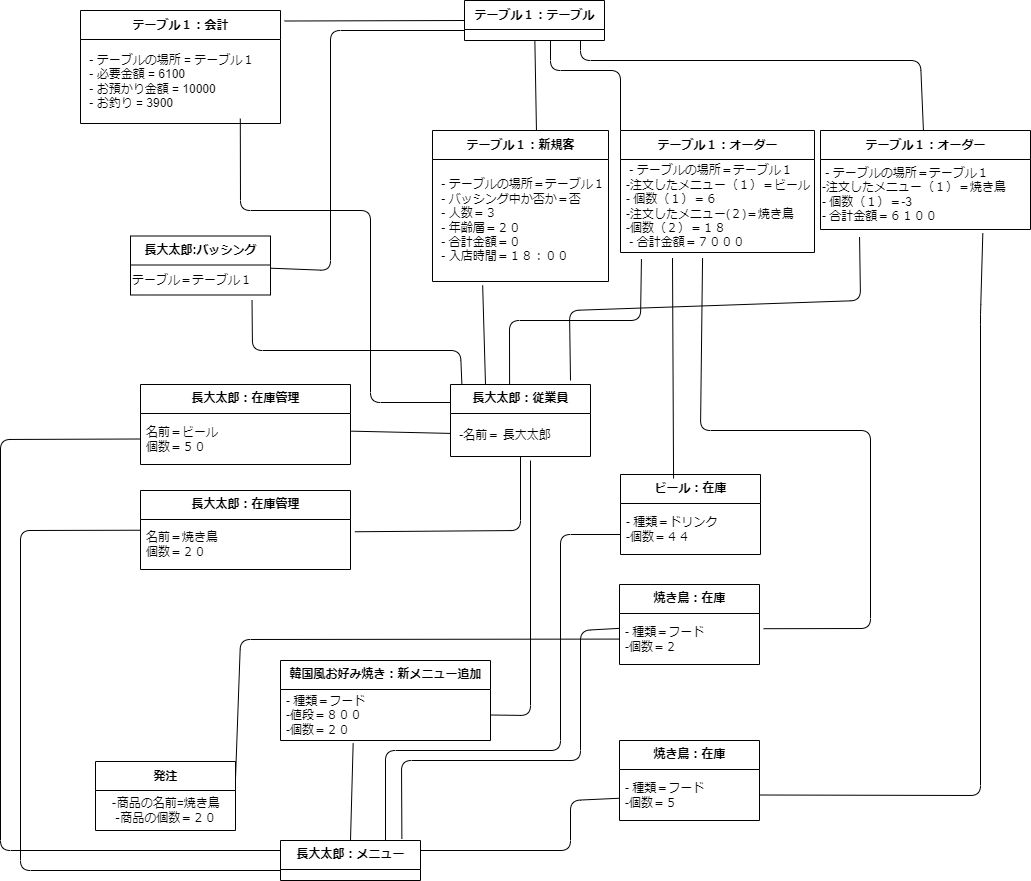
This is psp4/オブジェクト図/オブジェクト図ver3.drawio.png from MasakiHiguchi/---, a draw.io export, as it was before one commit. Source tidied: cells renumbered, new cells last; positions are measured from the earlier drawing's top-left corner, leaving out a move shared by most shapes.
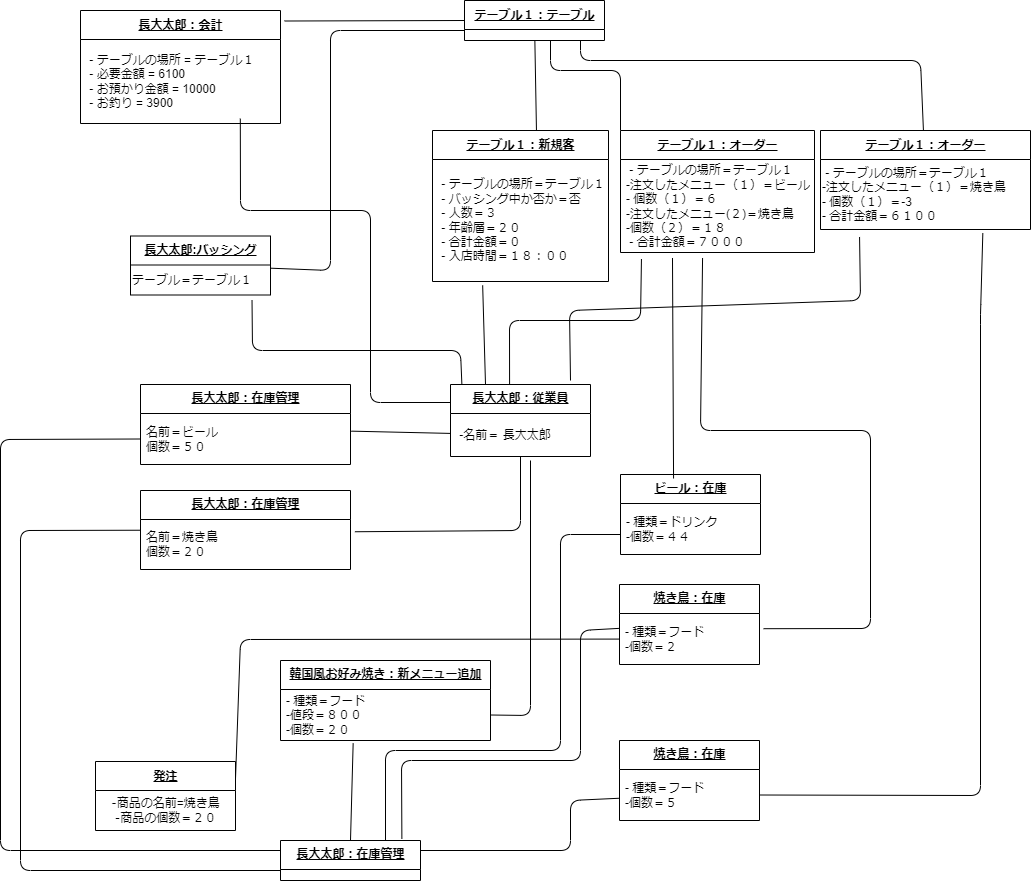
After the commit.

Commit message:
アンダーバーob

Diff of the diagram source:
```diff
@@ -5,7 +5,7 @@
     <mxCell id="2" style="edgeStyle=none;rounded=1;sketch=0;hachureGap=4;jiggle=2;curveFitting=1;html=1;fontFamily=Architects Daughter;fontSource=https%3A%2F%2Ffonts.googleapis.com%2Fcss%3Ffamily%3DArchitects%2BDaughter;fontSize=16;endArrow=none;endFill=0;exitX=0.591;exitY=0.023;exitDx=0;exitDy=0;exitPerimeter=0;" parent="1" edge="1" source="3" target="35">
       <mxGeometry relative="1" as="geometry" />
     </mxCell>
-    <mxCell id="3" value="テーブル１：新規客" style="swimlane;fontStyle=1;align=center;verticalAlign=middle;horizontal=1;startSize=29;html=1;" parent="1" vertex="1">
+    <mxCell id="3" value="&lt;u&gt;テーブル１：新規客&lt;/u&gt;" style="swimlane;fontStyle=1;align=center;verticalAlign=middle;horizontal=1;startSize=29;html=1;" parent="1" vertex="1">
       <mxGeometry x="432" y="130" width="176" height="151" as="geometry" />
     </mxCell>
     <mxCell id="4" value="&amp;nbsp;- テーブルの場所＝テーブル１&lt;br&gt;&amp;nbsp;- バッシング中か否か＝否&lt;br&gt;&amp;nbsp;- 人数＝３&lt;br&gt;&amp;nbsp;- 年齢層＝２０&lt;br&gt;&amp;nbsp;- 合計金額＝０&lt;br&gt;&amp;nbsp;- 入店時間＝１８：００" style="text;html=1;strokeColor=none;fillColor=none;align=left;verticalAlign=middle;spacingLeft=4;spacingRight=4;overflow=hidden;points=[[0,0.5],[1,0.5]];portConstraint=eastwest;" parent="3" vertex="1">
@@ -37,7 +37,7 @@
         </Array>
       </mxGeometry>
     </mxCell>
-    <mxCell id="8" value="テーブル１：オーダー" style="swimlane;fontStyle=1;align=center;verticalAlign=middle;horizontal=1;startSize=29;html=1;" parent="1" vertex="1">
+    <mxCell id="8" value="&lt;u&gt;テーブル１：オーダー&lt;/u&gt;" style="swimlane;fontStyle=1;align=center;verticalAlign=middle;horizontal=1;startSize=29;html=1;" parent="1" vertex="1">
       <mxGeometry x="620" y="130" width="194" height="122" as="geometry" />
     </mxCell>
     <mxCell id="9" value="&amp;nbsp;- テーブルの場所＝テーブル１&lt;br&gt;-注文したメニュー（１）＝ビール&amp;nbsp;&lt;br&gt;-&amp;nbsp;個数（１）＝６&lt;br&gt;-注文したメニュー(２)＝焼き鳥&lt;br&gt;-個数（２）＝１８&lt;br&gt;&amp;nbsp;- 合計金額＝７０００" style="text;html=1;strokeColor=none;fillColor=none;align=left;verticalAlign=middle;spacingLeft=4;spacingRight=4;overflow=hidden;points=[[0,0.5],[1,0.5]];portConstraint=eastwest;" parent="8" vertex="1">
@@ -71,7 +71,7 @@
         </Array>
       </mxGeometry>
     </mxCell>
-    <mxCell id="14" value="長大太郎：従業員" style="swimlane;fontStyle=1;align=center;verticalAlign=middle;horizontal=1;startSize=29;html=1;" parent="1" vertex="1">
+    <mxCell id="14" value="&lt;u&gt;長大太郎：従業員&lt;/u&gt;" style="swimlane;fontStyle=1;align=center;verticalAlign=middle;horizontal=1;startSize=29;html=1;" parent="1" vertex="1">
       <mxGeometry x="450" y="384" width="140" height="72" as="geometry" />
     </mxCell>
     <mxCell id="15" value="&amp;nbsp;-名前＝ 長大太郎" style="text;html=1;strokeColor=none;fillColor=none;align=left;verticalAlign=middle;spacingLeft=4;spacingRight=4;overflow=hidden;points=[[0,0.5],[1,0.5]];portConstraint=eastwest;" parent="14" vertex="1">
@@ -86,7 +86,7 @@
         </Array>
       </mxGeometry>
     </mxCell>
-    <mxCell id="17" value="ビール：在庫" style="swimlane;fontStyle=1;align=center;verticalAlign=middle;horizontal=1;startSize=29;html=1;" parent="1" vertex="1">
+    <mxCell id="17" value="&lt;u&gt;ビール：在庫&lt;/u&gt;" style="swimlane;fontStyle=1;align=center;verticalAlign=middle;horizontal=1;startSize=29;html=1;" parent="1" vertex="1">
       <mxGeometry x="620" y="474" width="140" height="80" as="geometry" />
     </mxCell>
     <mxCell id="18" value="- 種類＝ドリンク&lt;br&gt;-個数＝４４" style="text;html=1;strokeColor=none;fillColor=none;align=left;verticalAlign=middle;spacingLeft=4;spacingRight=4;overflow=hidden;" parent="17" vertex="1">
@@ -104,7 +104,7 @@
         </Array>
       </mxGeometry>
     </mxCell>
-    <mxCell id="21" value="テーブル１：オーダー" style="swimlane;fontStyle=1;align=center;verticalAlign=middle;horizontal=1;startSize=29;html=1;" parent="1" vertex="1">
+    <mxCell id="21" value="&lt;u&gt;テーブル１：オーダー&lt;/u&gt;" style="swimlane;fontStyle=1;align=center;verticalAlign=middle;horizontal=1;startSize=29;html=1;" parent="1" vertex="1">
       <mxGeometry x="820" y="130" width="210" height="99" as="geometry" />
     </mxCell>
     <mxCell id="22" value="&lt;span style=&quot;&quot;&gt;&amp;nbsp;- テーブルの場所＝テーブル１&lt;/span&gt;&lt;br style=&quot;border-color: var(--border-color);&quot;&gt;&lt;span style=&quot;&quot;&gt;-注文したメニュー（１）＝焼き鳥&amp;nbsp;&lt;/span&gt;&lt;br style=&quot;border-color: var(--border-color);&quot;&gt;&lt;span style=&quot;&quot;&gt;-&amp;nbsp;個数（１）＝-3&lt;/span&gt;&lt;br style=&quot;border-color: var(--border-color);&quot;&gt;&lt;span style=&quot;&quot;&gt;- 合計金額＝６１００&lt;/span&gt;" style="text;html=1;align=left;verticalAlign=middle;points=[];strokeColor=none;fillColor=none;" parent="21" vertex="1">
@@ -128,13 +128,13 @@
         </Array>
       </mxGeometry>
     </mxCell>
-    <mxCell id="25" value="焼き鳥：在庫" style="swimlane;fontStyle=1;align=center;verticalAlign=middle;horizontal=1;startSize=29;html=1;" parent="1" vertex="1">
+    <mxCell id="25" value="&lt;u&gt;焼き鳥：在庫&lt;/u&gt;" style="swimlane;fontStyle=1;align=center;verticalAlign=middle;horizontal=1;startSize=29;html=1;" parent="1" vertex="1">
       <mxGeometry x="619" y="584" width="140" height="80" as="geometry" />
     </mxCell>
     <mxCell id="26" value="- 種類＝フード&lt;br&gt;-個数＝２" style="text;html=1;strokeColor=none;fillColor=none;align=left;verticalAlign=middle;spacingLeft=4;spacingRight=4;overflow=hidden;points=[[0,0.5],[1,0.5]];portConstraint=eastwest;" parent="25" vertex="1">
       <mxGeometry y="29" width="140" height="51" as="geometry" />
     </mxCell>
-    <mxCell id="27" value="焼き鳥：在庫" style="swimlane;fontStyle=1;align=center;verticalAlign=middle;horizontal=1;startSize=29;html=1;" parent="1" vertex="1">
+    <mxCell id="27" value="&lt;u&gt;焼き鳥：在庫&lt;/u&gt;" style="swimlane;fontStyle=1;align=center;verticalAlign=middle;horizontal=1;startSize=29;html=1;" parent="1" vertex="1">
       <mxGeometry x="619" y="740" width="140" height="80" as="geometry" />
     </mxCell>
     <mxCell id="28" value="- 種類＝フード&lt;br&gt;-個数＝５" style="text;html=1;strokeColor=none;fillColor=none;align=left;verticalAlign=middle;spacingLeft=4;spacingRight=4;overflow=hidden;points=[[0,0.5],[1,0.5]];portConstraint=eastwest;" parent="27" vertex="1">
@@ -151,13 +151,13 @@
     <mxCell id="30" style="edgeStyle=none;rounded=1;sketch=0;hachureGap=4;jiggle=2;curveFitting=1;html=1;entryX=0.5;entryY=0;entryDx=0;entryDy=0;fontFamily=Architects Daughter;fontSource=https%3A%2F%2Ffonts.googleapis.com%2Fcss%3Ffamily%3DArchitects%2BDaughter;fontSize=16;exitX=0.346;exitY=1.052;exitDx=0;exitDy=0;exitPerimeter=0;endArrow=none;endFill=0;" parent="1" edge="1" source="32" target="33">
       <mxGeometry relative="1" as="geometry" />
     </mxCell>
-    <mxCell id="31" value="韓国風お好み焼き：新メニュー追加" style="swimlane;fontStyle=1;align=center;verticalAlign=middle;horizontal=1;startSize=29;html=1;" parent="1" vertex="1">
+    <mxCell id="31" value="&lt;u&gt;韓国風お好み焼き：新メニュー追加&lt;/u&gt;" style="swimlane;fontStyle=1;align=center;verticalAlign=middle;horizontal=1;startSize=29;html=1;" parent="1" vertex="1">
       <mxGeometry x="280" y="660" width="210" height="80" as="geometry" />
     </mxCell>
     <mxCell id="32" value="- 種類＝フード&lt;br&gt;-値段＝８００&lt;br&gt;-個数＝２０" style="text;html=1;strokeColor=none;fillColor=none;align=left;verticalAlign=middle;spacingLeft=4;spacingRight=4;overflow=hidden;points=[[0,0.5],[1,0.5]];portConstraint=eastwest;" parent="31" vertex="1">
       <mxGeometry y="29" width="210" height="51" as="geometry" />
     </mxCell>
-    <mxCell id="33" value="長大太郎：メニュー" style="swimlane;fontStyle=1;align=center;verticalAlign=middle;horizontal=1;startSize=29;html=1;" parent="1" vertex="1">
+    <mxCell id="33" value="&lt;u&gt;長大太郎：在庫管理&lt;/u&gt;" style="swimlane;fontStyle=1;align=center;verticalAlign=middle;horizontal=1;startSize=29;html=1;" parent="1" vertex="1">
       <mxGeometry x="280" y="840" width="140" height="40" as="geometry" />
     </mxCell>
     <mxCell id="34" style="edgeStyle=none;rounded=1;sketch=0;hachureGap=4;jiggle=2;curveFitting=1;html=1;entryX=1;entryY=0.25;entryDx=0;entryDy=0;fontFamily=Architects Daughter;fontSource=https%3A%2F%2Ffonts.googleapis.com%2Fcss%3Ffamily%3DArchitects%2BDaughter;fontSize=16;endArrow=none;endFill=0;" parent="1" edge="1" source="28" target="33">
@@ -168,10 +168,10 @@
         </Array>
       </mxGeometry>
     </mxCell>
-    <mxCell id="35" value="テーブル１：テーブル" style="swimlane;fontStyle=1;align=center;verticalAlign=middle;horizontal=1;startSize=29;html=1;" parent="1" vertex="1">
+    <mxCell id="35" value="&lt;u&gt;テーブル１：テーブル&lt;/u&gt;" style="swimlane;fontStyle=1;align=center;verticalAlign=middle;horizontal=1;startSize=29;html=1;" parent="1" vertex="1">
       <mxGeometry x="464" width="140" height="40" as="geometry" />
     </mxCell>
-    <mxCell id="36" value="発注" style="swimlane;fontStyle=1;align=center;verticalAlign=middle;horizontal=1;startSize=29;html=1;" parent="1" vertex="1">
+    <mxCell id="36" value="&lt;u&gt;発注&lt;/u&gt;" style="swimlane;fontStyle=1;align=center;verticalAlign=middle;horizontal=1;startSize=29;html=1;" parent="1" vertex="1">
       <mxGeometry x="95" y="761" width="140" height="69" as="geometry" />
     </mxCell>
     <mxCell id="37" value="‐商品の名前=焼き鳥&lt;br&gt;‐商品の個数＝２０" style="text;html=1;align=center;verticalAlign=middle;strokeColor=none;fillColor=none;" parent="36" vertex="1">
@@ -184,7 +184,7 @@
         </Array>
       </mxGeometry>
     </mxCell>
-    <mxCell id="39" value="テーブル１：会計" style="swimlane;fontStyle=1;align=center;verticalAlign=middle;horizontal=1;startSize=29;html=1;" parent="1" vertex="1">
+    <mxCell id="39" value="&lt;u&gt;長大太郎：会計&lt;/u&gt;" style="swimlane;fontStyle=1;align=center;verticalAlign=middle;horizontal=1;startSize=29;html=1;" parent="1" vertex="1">
       <mxGeometry x="80" y="10" width="200" height="113" as="geometry" />
     </mxCell>
     <mxCell id="40" value="&amp;nbsp;- テーブルの場所 = テーブル１&lt;br&gt;&amp;nbsp;- 必要金額 = 6100&lt;br&gt;&amp;nbsp;- お預かり金額 = 10000&lt;br&gt;&amp;nbsp;- お釣り = 3900" style="text;html=1;strokeColor=none;fillColor=none;align=left;verticalAlign=middle;spacingLeft=4;spacingRight=4;overflow=hidden;points=[[0,0.5],[1,0.5]];portConstraint=eastwest;" parent="39" vertex="1">
@@ -201,7 +201,7 @@
         </Array>
       </mxGeometry>
     </mxCell>
-    <mxCell id="43" value="長大太郎:バッシング" style="swimlane;fontStyle=1;align=center;verticalAlign=middle;horizontal=1;startSize=29;html=1;" parent="1" vertex="1">
+    <mxCell id="43" value="&lt;u&gt;長大太郎:バッシング&lt;/u&gt;" style="swimlane;fontStyle=1;align=center;verticalAlign=middle;horizontal=1;startSize=29;html=1;" parent="1" vertex="1">
       <mxGeometry x="130" y="235.5" width="140" height="59" as="geometry" />
     </mxCell>
     <mxCell id="44" value="テーブル＝テーブル１" style="text;html=1;align=left;verticalAlign=middle;points=[];strokeColor=none;fillColor=none;" parent="43" vertex="1">
@@ -215,7 +215,7 @@
         </Array>
       </mxGeometry>
     </mxCell>
-    <mxCell id="46" value="長大太郎：在庫管理" style="swimlane;fontStyle=1;align=center;verticalAlign=middle;horizontal=1;startSize=29;html=1;" parent="1" vertex="1">
+    <mxCell id="46" value="&lt;u&gt;長大太郎：在庫管理&lt;/u&gt;" style="swimlane;fontStyle=1;align=center;verticalAlign=middle;horizontal=1;startSize=29;html=1;" parent="1" vertex="1">
       <mxGeometry x="140" y="490" width="210" height="79" as="geometry" />
     </mxCell>
     <mxCell id="47" value="名前＝焼き鳥&lt;br&gt;個数＝２０" style="text;html=1;strokeColor=none;fillColor=none;align=left;verticalAlign=middle;spacingLeft=4;spacingRight=4;overflow=hidden;points=[[0,0.5],[1,0.5]];portConstraint=eastwest;" parent="46" vertex="1">
@@ -230,7 +230,7 @@
         </Array>
       </mxGeometry>
     </mxCell>
-    <mxCell id="49" value="長大太郎：在庫管理" style="swimlane;fontStyle=1;align=center;verticalAlign=middle;horizontal=1;startSize=29;html=1;" parent="1" vertex="1">
+    <mxCell id="49" value="&lt;u&gt;長大太郎：在庫管理&lt;/u&gt;" style="swimlane;fontStyle=1;align=center;verticalAlign=middle;horizontal=1;startSize=29;html=1;" parent="1" vertex="1">
       <mxGeometry x="140" y="384" width="210" height="80" as="geometry" />
     </mxCell>
     <mxCell id="50" value="名前＝ビール&lt;br&gt;個数＝５０" style="text;html=1;strokeColor=none;fillColor=none;align=left;verticalAlign=middle;spacingLeft=4;spacingRight=4;overflow=hidden;points=[[0,0.5],[1,0.5]];portConstraint=eastwest;" parent="49" vertex="1">
```
